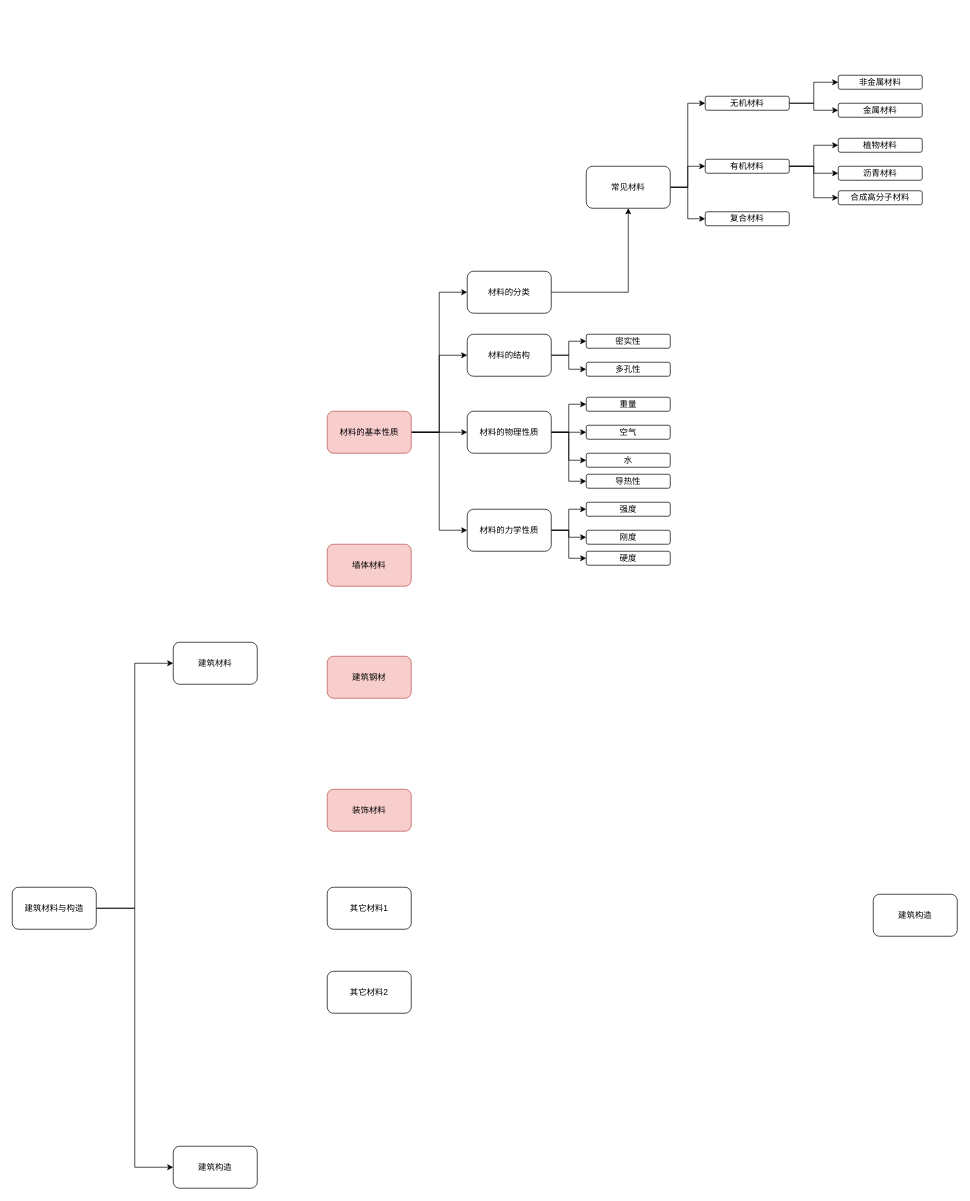
Above: 建筑材料与构造.drawio in gaochaowyq/MinderGraph (draw.io), before the change. Source tidied: cells renumbered, new cells numbered last; positions are measured from the earlier drawing's top-left corner, leaving out a move shared by most shapes. Both pictures are drawn from the tidied source at 70%, with x=0, y=0 at pixel (12, 75).
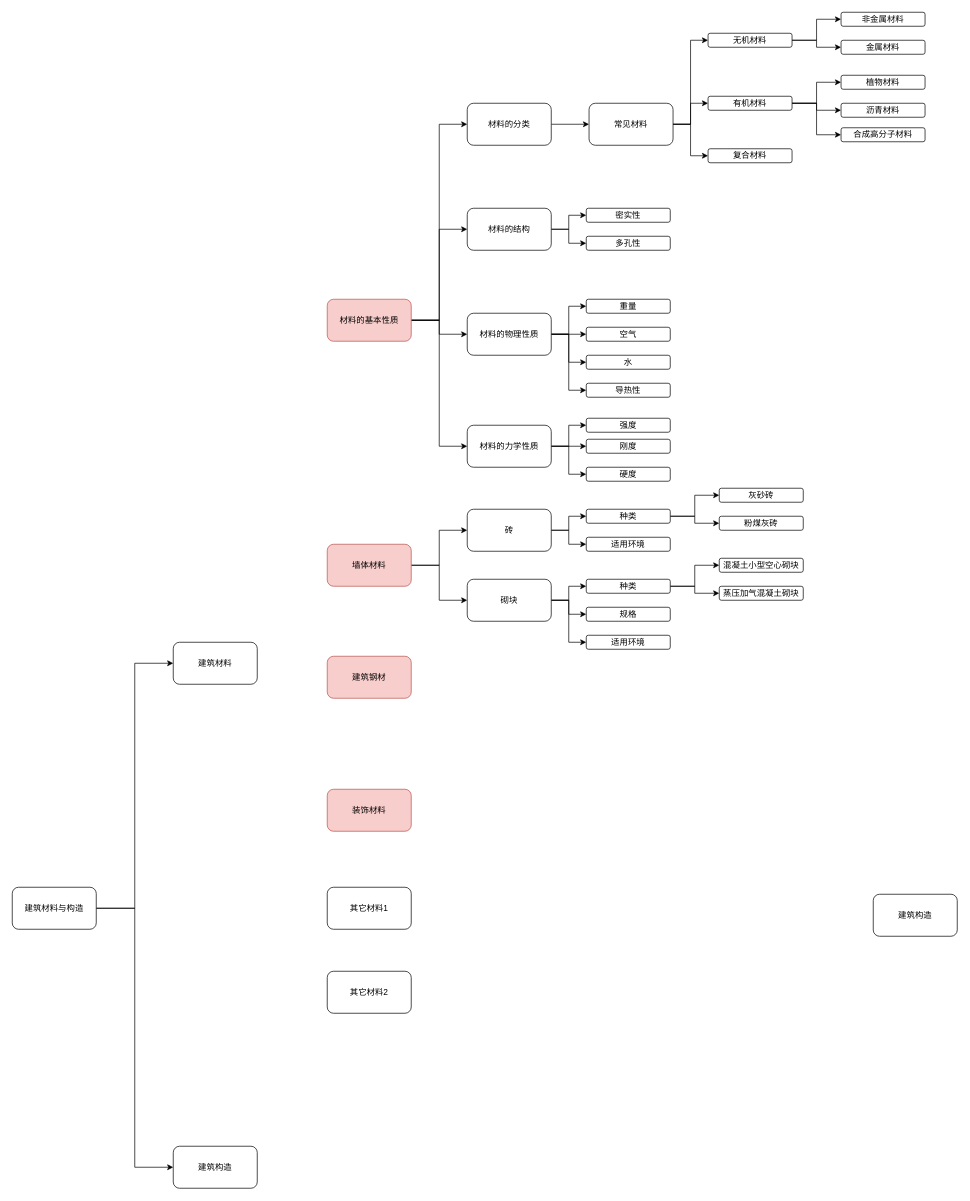
The same page after the edit.

Commit message (it also covers changes not shown here):
Update 建筑材料与构造.drawio

Unchanged cells that the change refers to:
```xml
<mxCell id="13" value="墙体材料" style="rounded=1;whiteSpace=wrap;html=1;fillColor=#f8cecc;strokeColor=#b85450;" parent="1" vertex="1">
  <mxGeometry x="450" y="670" width="120" height="60" as="geometry" />
</mxCell>
```

Change to the diagram source:
```diff
@@
-    <mxCell id="9" style="edgeStyle=orthogonalEdgeStyle;rounded=0;jettySize=auto;html=1;entryX=0;entryY=0.5;entryDx=0;entryDy=0;" parent="1" edge="1" source="12" target="22">
+    <mxCell id="9" style="edgeStyle=orthogonalEdgeStyle;rounded=0;jettySize=auto;html=1;entryX=0;entryY=0.5;entryDx=0;entryDy=0;exitX=1;exitY=0.5;exitDx=0;exitDy=0;" parent="1" edge="1" source="12" target="22">
       <mxGeometry relative="1" as="geometry" />
     </mxCell>
-    <mxCell id="10" style="edgeStyle=orthogonalEdgeStyle;rounded=0;jettySize=auto;html=1;" parent="1" edge="1" source="12" target="27">
+    <mxCell id="10" style="edgeStyle=orthogonalEdgeStyle;rounded=0;jettySize=auto;html=1;entryX=0;entryY=0.5;entryDx=0;entryDy=0;exitX=1;exitY=0.5;exitDx=0;exitDy=0;" parent="1" edge="1" source="12" target="27">
       <mxGeometry relative="1" as="geometry" />
     </mxCell>
-    <mxCell id="11" style="edgeStyle=orthogonalEdgeStyle;rounded=0;jettySize=auto;html=1;entryX=0;entryY=0.5;entryDx=0;entryDy=0;" parent="1" edge="1" source="12" target="31">
+    <mxCell id="11" style="edgeStyle=orthogonalEdgeStyle;rounded=0;jettySize=auto;html=1;entryX=0;entryY=0.5;entryDx=0;entryDy=0;exitX=1;exitY=0.5;exitDx=0;exitDy=0;" parent="1" edge="1" source="12" target="31">
       <mxGeometry relative="1" as="geometry" />
     </mxCell>
     <mxCell id="12" value="材料的基本性质" style="rounded=1;whiteSpace=wrap;html=1;fillColor=#f8cecc;strokeColor=#b85450;" parent="1" vertex="1">
-      <mxGeometry x="450" y="480" width="120" height="60" as="geometry" />
+      <mxGeometry x="450" y="320" width="120" height="60" as="geometry" />
     </mxCell>
+    <mxCell id="58" style="edgeStyle=orthogonalEdgeStyle;rounded=0;jettySize=auto;html=1;" parent="1" edge="1" source="13" target="62">
+      <mxGeometry relative="1" as="geometry" />
+    </mxCell>
+    <mxCell id="59" style="edgeStyle=orthogonalEdgeStyle;rounded=0;jettySize=auto;html=1;" parent="1" edge="1" source="13" target="66">
+      <mxGeometry relative="1" as="geometry" />
+    </mxCell>
@@
     <mxCell id="19" value="材料的分类" style="rounded=1;whiteSpace=wrap;html=1;" parent="1" vertex="1">
-      <mxGeometry x="650" y="280" width="120" height="60" as="geometry" />
+      <mxGeometry x="650" y="40" width="120" height="60" as="geometry" />
     </mxCell>
@@
     <mxCell id="22" value="材料的结构" style="rounded=1;whiteSpace=wrap;html=1;" parent="1" vertex="1">
-      <mxGeometry x="650" y="370" width="120" height="60" as="geometry" />
+      <mxGeometry x="650" y="190" width="120" height="60" as="geometry" />
     </mxCell>
@@
     <mxCell id="27" value="材料的物理性质" style="rounded=1;whiteSpace=wrap;html=1;" parent="1" vertex="1">
-      <mxGeometry x="650" y="480" width="120" height="60" as="geometry" />
+      <mxGeometry x="650" y="340" width="120" height="60" as="geometry" />
     </mxCell>
@@
     <mxCell id="31" value="材料的力学性质" style="rounded=1;whiteSpace=wrap;html=1;" parent="1" vertex="1">
-      <mxGeometry x="650" y="620" width="120" height="60" as="geometry" />
+      <mxGeometry x="650" y="500" width="120" height="60" as="geometry" />
     </mxCell>
@@
     <mxCell id="35" value="常见材料" style="rounded=1;whiteSpace=wrap;html=1;" parent="1" vertex="1">
-      <mxGeometry x="820" y="130" width="120" height="60" as="geometry" />
+      <mxGeometry x="824" y="40" width="120" height="60" as="geometry" />
     </mxCell>
     <mxCell id="36" value="密实性" style="rounded=1;whiteSpace=wrap;html=1;" parent="1" vertex="1">
-      <mxGeometry x="820" y="370" width="120" height="20" as="geometry" />
+      <mxGeometry x="820" y="190" width="120" height="20" as="geometry" />
     </mxCell>
     <mxCell id="37" value="多孔性" style="rounded=1;whiteSpace=wrap;html=1;" parent="1" vertex="1">
-      <mxGeometry x="820" y="410" width="120" height="20" as="geometry" />
+      <mxGeometry x="820" y="230" width="120" height="20" as="geometry" />
     </mxCell>
     <mxCell id="38" value="重量" style="rounded=1;whiteSpace=wrap;html=1;" parent="1" vertex="1">
-      <mxGeometry x="820" y="460" width="120" height="20" as="geometry" />
+      <mxGeometry x="820" y="320" width="120" height="20" as="geometry" />
     </mxCell>
     <mxCell id="39" value="空气" style="rounded=1;whiteSpace=wrap;html=1;" parent="1" vertex="1">
-      <mxGeometry x="820" y="500" width="120" height="20" as="geometry" />
+      <mxGeometry x="820" y="360" width="120" height="20" as="geometry" />
     </mxCell>
     <mxCell id="40" value="水" style="rounded=1;whiteSpace=wrap;html=1;" parent="1" vertex="1">
-      <mxGeometry x="820" y="540" width="120" height="20" as="geometry" />
+      <mxGeometry x="820" y="400" width="120" height="20" as="geometry" />
     </mxCell>
     <mxCell id="41" value="导热性" style="rounded=1;whiteSpace=wrap;html=1;" parent="1" vertex="1">
-      <mxGeometry x="820" y="570" width="120" height="20" as="geometry" />
+      <mxGeometry x="820" y="440" width="120" height="20" as="geometry" />
     </mxCell>
     <mxCell id="42" value="强度" style="rounded=1;whiteSpace=wrap;html=1;" parent="1" vertex="1">
-      <mxGeometry x="820" y="610" width="120" height="20" as="geometry" />
+      <mxGeometry x="820" y="490" width="120" height="20" as="geometry" />
     </mxCell>
     <mxCell id="43" value="刚度" style="rounded=1;whiteSpace=wrap;html=1;" parent="1" vertex="1">
-      <mxGeometry x="820" y="650" width="120" height="20" as="geometry" />
+      <mxGeometry x="820" y="520" width="120" height="20" as="geometry" />
     </mxCell>
     <mxCell id="44" value="硬度" style="rounded=1;whiteSpace=wrap;html=1;" parent="1" vertex="1">
-      <mxGeometry x="820" y="680" width="120" height="20" as="geometry" />
+      <mxGeometry x="820" y="560" width="120" height="20" as="geometry" />
     </mxCell>
@@
     <mxCell id="47" value="无机材料" style="rounded=1;whiteSpace=wrap;html=1;" parent="1" vertex="1">
-      <mxGeometry x="990" y="30" width="120" height="20" as="geometry" />
+      <mxGeometry x="994" y="-60" width="120" height="20" as="geometry" />
     </mxCell>
@@
     <mxCell id="51" value="有机材料" style="rounded=1;whiteSpace=wrap;html=1;" parent="1" vertex="1">
-      <mxGeometry x="990" y="120" width="120" height="20" as="geometry" />
+      <mxGeometry x="994" y="30" width="120" height="20" as="geometry" />
     </mxCell>
     <mxCell id="52" value="复合材料" style="rounded=1;whiteSpace=wrap;html=1;" parent="1" vertex="1">
-      <mxGeometry x="990" y="195" width="120" height="20" as="geometry" />
+      <mxGeometry x="994" y="105" width="120" height="20" as="geometry" />
     </mxCell>
     <mxCell id="53" value="非金属材料" style="rounded=1;whiteSpace=wrap;html=1;" parent="1" vertex="1">
-      <mxGeometry x="1180" width="120" height="20" as="geometry" />
+      <mxGeometry x="1184" y="-90" width="120" height="20" as="geometry" />
     </mxCell>
     <mxCell id="54" value="金属材料" style="rounded=1;whiteSpace=wrap;html=1;" parent="1" vertex="1">
-      <mxGeometry x="1180" y="40" width="120" height="20" as="geometry" />
+      <mxGeometry x="1184" y="-50" width="120" height="20" as="geometry" />
     </mxCell>
     <mxCell id="55" value="植物材料" style="rounded=1;whiteSpace=wrap;html=1;" parent="1" vertex="1">
-      <mxGeometry x="1180" y="90" width="120" height="20" as="geometry" />
+      <mxGeometry x="1184" width="120" height="20" as="geometry" />
     </mxCell>
     <mxCell id="56" value="沥青材料" style="rounded=1;whiteSpace=wrap;html=1;" parent="1" vertex="1">
-      <mxGeometry x="1180" y="130" width="120" height="20" as="geometry" />
+      <mxGeometry x="1184" y="40" width="120" height="20" as="geometry" />
     </mxCell>
     <mxCell id="57" value="合成高分子材料" style="rounded=1;whiteSpace=wrap;html=1;" parent="1" vertex="1">
-      <mxGeometry x="1180" y="165" width="120" height="20" as="geometry" />
+      <mxGeometry x="1184" y="75" width="120" height="20" as="geometry" />
     </mxCell>
+    <mxCell id="60" style="edgeStyle=orthogonalEdgeStyle;rounded=0;jettySize=auto;html=1;entryX=0;entryY=0.5;entryDx=0;entryDy=0;" parent="1" edge="1" source="62" target="69">
+      <mxGeometry relative="1" as="geometry" />
+    </mxCell>
+    <mxCell id="61" style="edgeStyle=orthogonalEdgeStyle;rounded=0;jettySize=auto;html=1;" parent="1" edge="1" source="62" target="70">
+      <mxGeometry relative="1" as="geometry" />
+    </mxCell>
+    <mxCell id="62" value="砖" style="rounded=1;whiteSpace=wrap;html=1;" parent="1" vertex="1">
+      <mxGeometry x="650" y="620" width="120" height="60" as="geometry" />
+    </mxCell>
+    <mxCell id="63" style="edgeStyle=orthogonalEdgeStyle;rounded=0;jettySize=auto;html=1;entryX=0;entryY=0.5;entryDx=0;entryDy=0;" parent="1" edge="1" source="66" target="75">
+      <mxGeometry relative="1" as="geometry" />
+    </mxCell>
+    <mxCell id="64" style="edgeStyle=orthogonalEdgeStyle;rounded=0;jettySize=auto;html=1;" parent="1" edge="1" source="66" target="76">
+      <mxGeometry relative="1" as="geometry" />
+    </mxCell>
+    <mxCell id="65" style="edgeStyle=orthogonalEdgeStyle;rounded=0;jettySize=auto;html=1;entryX=0;entryY=0.5;entryDx=0;entryDy=0;" parent="1" edge="1" source="66" target="77">
+      <mxGeometry relative="1" as="geometry" />
+    </mxCell>
+    <mxCell id="66" value="砌块" style="rounded=1;whiteSpace=wrap;html=1;" parent="1" vertex="1">
+      <mxGeometry x="650" y="720" width="120" height="60" as="geometry" />
+    </mxCell>
+    <mxCell id="67" style="edgeStyle=orthogonalEdgeStyle;rounded=0;jettySize=auto;html=1;entryX=0;entryY=0.5;entryDx=0;entryDy=0;" parent="1" edge="1" source="69" target="71">
+      <mxGeometry relative="1" as="geometry" />
+    </mxCell>
+    <mxCell id="68" style="edgeStyle=orthogonalEdgeStyle;rounded=0;jettySize=auto;html=1;entryX=0;entryY=0.5;entryDx=0;entryDy=0;" parent="1" edge="1" source="69" target="72">
+      <mxGeometry relative="1" as="geometry" />
+    </mxCell>
+    <mxCell id="69" value="种类" style="rounded=1;whiteSpace=wrap;html=1;" parent="1" vertex="1">
+      <mxGeometry x="820" y="620" width="120" height="20" as="geometry" />
+    </mxCell>
+    <mxCell id="70" value="适用环境" style="rounded=1;whiteSpace=wrap;html=1;" parent="1" vertex="1">
+      <mxGeometry x="820" y="660" width="120" height="20" as="geometry" />
+    </mxCell>
+    <mxCell id="71" value="灰砂砖" style="rounded=1;whiteSpace=wrap;html=1;" parent="1" vertex="1">
+      <mxGeometry x="1010" y="590" width="120" height="20" as="geometry" />
+    </mxCell>
+    <mxCell id="72" value="粉煤灰砖" style="rounded=1;whiteSpace=wrap;html=1;" parent="1" vertex="1">
+      <mxGeometry x="1010" y="630" width="120" height="20" as="geometry" />
+    </mxCell>
+    <mxCell id="73" style="edgeStyle=orthogonalEdgeStyle;rounded=0;jettySize=auto;html=1;entryX=0;entryY=0.5;entryDx=0;entryDy=0;" parent="1" edge="1" source="75" target="78">
+      <mxGeometry relative="1" as="geometry" />
+    </mxCell>
+    <mxCell id="74" style="edgeStyle=orthogonalEdgeStyle;rounded=0;jettySize=auto;html=1;" parent="1" edge="1" source="75" target="79">
+      <mxGeometry relative="1" as="geometry" />
+    </mxCell>
+    <mxCell id="75" value="种类" style="rounded=1;whiteSpace=wrap;html=1;" parent="1" vertex="1">
+      <mxGeometry x="820" y="720" width="120" height="20" as="geometry" />
+    </mxCell>
+    <mxCell id="76" value="规格" style="rounded=1;whiteSpace=wrap;html=1;" parent="1" vertex="1">
+      <mxGeometry x="820" y="760" width="120" height="20" as="geometry" />
+    </mxCell>
+    <mxCell id="77" value="适用环境" style="rounded=1;whiteSpace=wrap;html=1;" parent="1" vertex="1">
+      <mxGeometry x="820" y="800" width="120" height="20" as="geometry" />
+    </mxCell>
+    <mxCell id="78" value="混凝土小型空心砌块" style="rounded=1;whiteSpace=wrap;html=1;" parent="1" vertex="1">
+      <mxGeometry x="1010" y="690" width="120" height="20" as="geometry" />
+    </mxCell>
+    <mxCell id="79" value="蒸压加气混凝土砌块" style="rounded=1;whiteSpace=wrap;html=1;" parent="1" vertex="1">
+      <mxGeometry x="1010" y="730" width="120" height="20" as="geometry" />
+    </mxCell>
```
